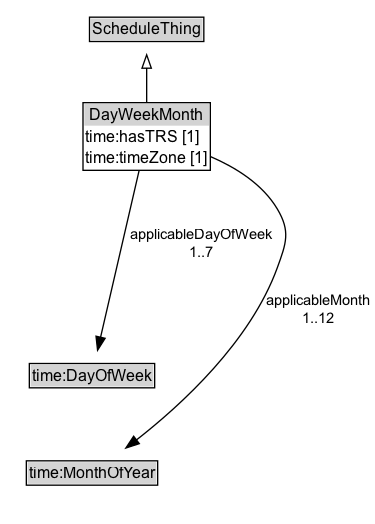
This is docs/diagrams/DayWeekMonth.dot.png from k-vaughn/ontology-its-time, a Graphviz export, as it was before one commit. Its source is kept beside it as docs/diagrams/DayWeekMonth.dot. Source of this version:
```dot
digraph {
	graph [overlap=false rankdir=TB splines=true]
	node [fontname=Arial fontsize=12 margin=0 shape=none]
	edge [fontname=Arial fontsize=11]
	{
		rank=source
		ScheduleThing [label=<<TABLE BORDER="1" CELLBORDER="0" CELLSPACING="0" CELLPADDING="1"><TR><TD BGCOLOR="lightgray" ALIGN="CENTER">ScheduleThing</TD></TR></TABLE>> URL="../ScheduleThing" margin=0]
	}
	DayWeekMonth [label=<<TABLE BORDER="1" CELLBORDER="0" CELLSPACING="0" CELLPADDING="1"><TR><TD BGCOLOR="lightgray" ALIGN="CENTER">DayWeekMonth</TD></TR><TR><TD ALIGN="LEFT">time:hasTRS [1]</TD></TR><TR><TD ALIGN="LEFT">time:timeZone [1]</TD></TR></TABLE>> URL="../DayWeekMonth" margin=0]
	{
		rank=max
	}
	subgraph cluster_associated {
		label="" style=invis
		Invis [label=<<TABLE BORDER="0" CELLBORDER="0" CELLSPACING="0" CELLPADDING="1"><TR><TD></TD></TR></TABLE>> margin=0 style=invis]
		time_DayOfWeek [label=<<TABLE BORDER="1" CELLBORDER="0" CELLSPACING="0" CELLPADDING="1"><TR><TD BGCOLOR="lightgray" ALIGN="CENTER">time:DayOfWeek</TD></TR></TABLE>> URL="https://w3id.org/citydata/imported/time/latest/DayOfWeek" margin=0]
		time_MonthOfYear [label=<<TABLE BORDER="1" CELLBORDER="0" CELLSPACING="0" CELLPADDING="1"><TR><TD BGCOLOR="lightgray" ALIGN="CENTER">time:MonthOfYear</TD></TR></TABLE>> URL="https://w3id.org/citydata/imported/time/latest/MonthOfYear" margin=0]
	}
	DayWeekMonth -> ScheduleThing [arrowhead=onormal style=solid]
	DayWeekMonth -> Invis [style=invis]
	Invis -> time_DayOfWeek [style=invis]
	time_DayOfWeek -> time_MonthOfYear [style=invis]
	time_DayOfWeek [label=<<TABLE BORDER="1" CELLBORDER="0" CELLSPACING="0" CELLPADDING="1"><TR><TD BGCOLOR="lightgray" ALIGN="CENTER">time:DayOfWeek</TD></TR></TABLE>> URL="https://w3id.org/citydata/imported/time/latest/DayOfWeek" margin=0]
	DayWeekMonth -> time_DayOfWeek [label="applicableDayOfWeek
1..7" arrowhead=normal style=solid]
	time_MonthOfYear [label=<<TABLE BORDER="1" CELLBORDER="0" CELLSPACING="0" CELLPADDING="1"><TR><TD BGCOLOR="lightgray" ALIGN="CENTER">time:MonthOfYear</TD></TR></TABLE>> URL="https://w3id.org/citydata/imported/time/latest/MonthOfYear" margin=0]
	DayWeekMonth -> time_MonthOfYear [label="applicableMonth
1..12" arrowhead=normal style=solid]
}
```
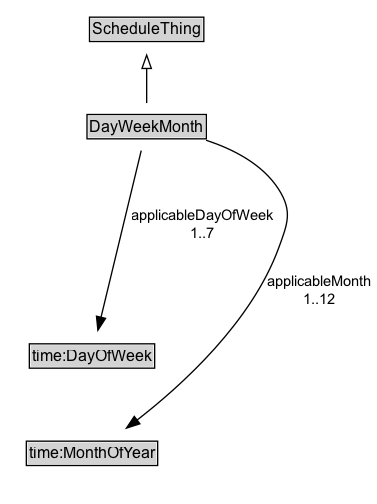
Above is the later version.

Change to the diagram source:
```diff
@@ -6,7 +6,7 @@
 		rank=source
 		ScheduleThing [label=<<TABLE BORDER="1" CELLBORDER="0" CELLSPACING="0" CELLPADDING="1"><TR><TD BGCOLOR="lightgray" ALIGN="CENTER">ScheduleThing</TD></TR></TABLE>> URL="../ScheduleThing" margin=0]
 	}
-	DayWeekMonth [label=<<TABLE BORDER="1" CELLBORDER="0" CELLSPACING="0" CELLPADDING="1"><TR><TD BGCOLOR="lightgray" ALIGN="CENTER">DayWeekMonth</TD></TR><TR><TD ALIGN="LEFT">time:hasTRS [1]</TD></TR><TR><TD ALIGN="LEFT">time:timeZone [1]</TD></TR></TABLE>> URL="../DayWeekMonth" margin=0]
+	DayWeekMonth [label=<<TABLE BORDER="1" CELLBORDER="0" CELLSPACING="0" CELLPADDING="1"><TR><TD BGCOLOR="lightgray" ALIGN="CENTER">DayWeekMonth</TD></TR></TABLE>> URL="../DayWeekMonth" margin=0]
 	{
 		rank=max
 	}
```
